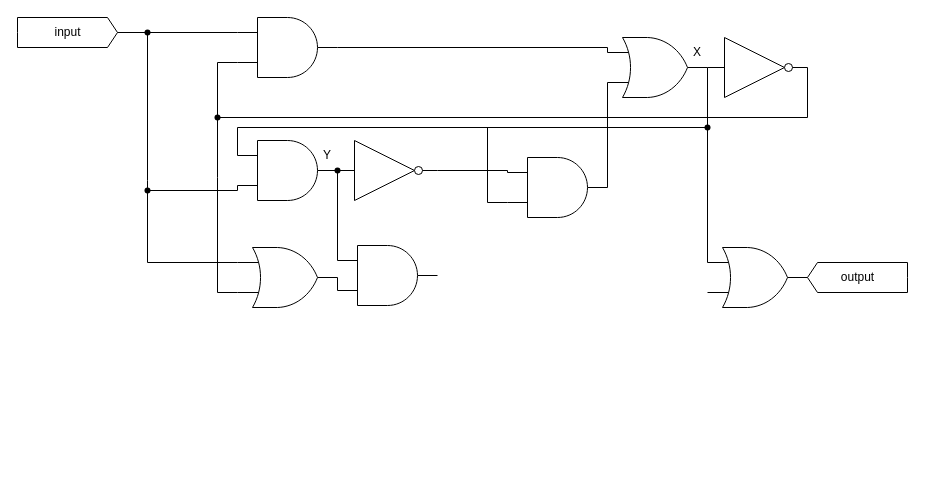
This is 名称未設定ファイル.drawio from 21km43/drawio, a draw.io file, before an edit. Source tidied: cells renumbered, new cells numbered last; positions are measured from the earlier drawing's top-left corner, leaving out a move shared by most shapes. Both pictures are drawn from the tidied source at 100%, with x=0, y=0 at pixel (17, 17).
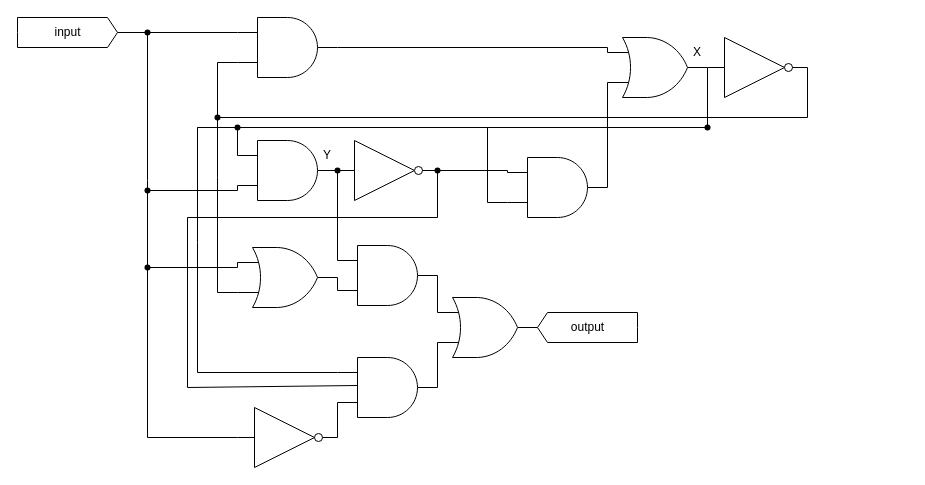
The same page after the edit.

Commit message (it also covers changes not shown here):
名称未設定ファイル.drawio を更新します

Unchanged cells that the change refers to:
```xml
<mxCell id="25" style="verticalLabelPosition=bottom;shadow=0;dashed=0;align=center;html=1;verticalAlign=top;shape=mxgraph.electrical.logic_gates.logic_gate;operation=or;" parent="1" vertex="1">
  <mxGeometry x="220" y="230" width="100" height="60" as="geometry" />
</mxCell>
<mxCell id="29" style="shape=waypoint;sketch=0;fillStyle=solid;size=6;points=[];fillColor=none;perimeter=centerPerimeter;snapToPoint=1;" parent="1" vertex="1">
  <mxGeometry x="120" y="163" width="20" height="20" as="geometry" />
</mxCell>
<mxCell id="33" style="verticalLabelPosition=bottom;shadow=0;dashed=0;align=center;html=1;verticalAlign=top;shape=mxgraph.electrical.logic_gates.logic_gate;operation=and;direction=east;" parent="1" vertex="1">
  <mxGeometry x="320" y="228" width="100" height="60" as="geometry" />
</mxCell>
```

What changed in the source:
```diff
@@
     <mxCell id="4" value="output" style="html=1;shadow=0;dashed=0;align=center;verticalAlign=middle;shape=mxgraph.arrows2.arrow;dy=0;dx=10;notch=0;direction=west;" parent="1" vertex="1">
-      <mxGeometry x="790" y="245" width="100" height="30" as="geometry" />
+      <mxGeometry x="520" y="295" width="100" height="30" as="geometry" />
     </mxCell>
@@
-    <mxCell id="27" style="endArrow=none;html=1;rounded=0;exitX=0;exitY=0.25;exitDx=0;exitDy=0;exitPerimeter=0;" parent="1" edge="1" source="25" target="29">
-      <mxGeometry relative="1" as="geometry">
-        <Array as="points">
-          <mxPoint x="130" y="245" />
-        </Array>
-      </mxGeometry>
+    <mxCell id="27" style="endArrow=none;html=1;rounded=0;exitDx=0;exitDy=0;exitPerimeter=0;" parent="1" edge="1" source="48" target="29">
+      <mxGeometry relative="1" as="geometry" />
     </mxCell>
@@
-    <mxCell id="36" style="verticalLabelPosition=bottom;shadow=0;dashed=0;align=center;html=1;verticalAlign=top;shape=mxgraph.electrical.logic_gates.logic_gate;operation=or;" parent="1" vertex="1">
-      <mxGeometry x="690" y="230" width="100" height="60" as="geometry" />
-    </mxCell>
-    <mxCell id="37" style="endArrow=none;html=1;rounded=0;exitX=1;exitY=0.5;exitDx=0;exitDy=0;exitPerimeter=0;entryX=0;entryY=0.25;entryDx=0;entryDy=0;entryPerimeter=0;" parent="1" edge="1" target="36">
-      <mxGeometry relative="1" as="geometry">
-        <mxPoint x="690" y="110" as="sourcePoint" />
-      </mxGeometry>
-    </mxCell>
@@
+    <mxCell id="42" style="verticalLabelPosition=bottom;shadow=0;dashed=0;align=center;html=1;verticalAlign=top;shape=mxgraph.electrical.logic_gates.logic_gate;operation=or;" parent="1" vertex="1">
+      <mxGeometry x="420" y="280" width="100" height="60" as="geometry" />
+    </mxCell>
+    <mxCell id="43" style="verticalLabelPosition=bottom;shadow=0;dashed=0;align=center;html=1;verticalAlign=top;shape=mxgraph.electrical.logic_gates.logic_gate;operation=and;direction=east;" parent="1" vertex="1">
+      <mxGeometry x="320" y="340" width="100" height="60" as="geometry" />
+    </mxCell>
+    <mxCell id="44" style="verticalLabelPosition=bottom;shadow=0;dashed=0;align=center;html=1;verticalAlign=top;shape=mxgraph.electrical.logic_gates.inverter_2;" parent="1" vertex="1">
+      <mxGeometry x="220" y="390" width="100" height="60" as="geometry" />
+    </mxCell>
+    <mxCell id="45" style="endArrow=none;html=1;rounded=0;exitDx=0;exitDy=0;exitPerimeter=0;" parent="1" edge="1" source="48">
+      <mxGeometry relative="1" as="geometry">
+        <mxPoint x="130" y="240" as="targetPoint" />
+      </mxGeometry>
+    </mxCell>
+    <mxCell id="46" style="endArrow=none;html=1;rounded=0;exitX=0;exitY=0.5;exitDx=0;exitDy=0;exitPerimeter=0;" parent="1" edge="1" source="44" target="48">
+      <mxGeometry relative="1" as="geometry">
+        <Array as="points">
+          <mxPoint x="130" y="420" />
+        </Array>
+      </mxGeometry>
+    </mxCell>
+    <mxCell id="47" style="endArrow=none;html=1;rounded=0;exitX=0;exitY=0.25;exitDx=0;exitDy=0;exitPerimeter=0;" parent="1" edge="1" source="25" target="48">
+      <mxGeometry relative="1" as="geometry">
+        <Array as="points">
+          <mxPoint x="220" y="250" />
+        </Array>
+      </mxGeometry>
+    </mxCell>
+    <mxCell id="48" style="shape=waypoint;sketch=0;fillStyle=solid;size=6;points=[];fillColor=none;perimeter=centerPerimeter;snapToPoint=1;" parent="1" vertex="1">
+      <mxGeometry x="120" y="240" width="20" height="20" as="geometry" />
+    </mxCell>
+    <mxCell id="49" style="endArrow=none;html=1;rounded=0;entryX=1;entryY=0.5;entryDx=0;entryDy=0;entryPerimeter=0;exitX=0;exitY=0.75;exitDx=0;exitDy=0;exitPerimeter=0;" parent="1" edge="1" source="43" target="44">
+      <mxGeometry relative="1" as="geometry" />
+    </mxCell>
+    <mxCell id="50" style="endArrow=none;html=1;rounded=0;exitDx=0;exitDy=0;exitPerimeter=0;" parent="1" edge="1" source="57">
+      <mxGeometry relative="1" as="geometry">
+        <mxPoint x="220" y="110" as="targetPoint" />
+        <Array as="points">
+          <mxPoint x="180" y="110" />
+        </Array>
+      </mxGeometry>
+    </mxCell>
+    <mxCell id="51" style="endArrow=none;html=1;rounded=0;exitDx=0;exitDy=0;exitPerimeter=0;" parent="1" edge="1" source="53">
+      <mxGeometry relative="1" as="geometry">
+        <mxPoint x="170" y="200" as="targetPoint" />
+        <Array as="points">
+          <mxPoint x="420" y="200" />
+        </Array>
+      </mxGeometry>
+    </mxCell>
+    <mxCell id="52" style="endArrow=none;html=1;rounded=0;exitX=0;exitY=0.25;exitDx=0;exitDy=0;exitPerimeter=0;" parent="1" edge="1">
+      <mxGeometry relative="1" as="geometry">
+        <mxPoint x="340" y="368" as="sourcePoint" />
+        <mxPoint x="170" y="200" as="targetPoint" />
+        <Array as="points">
+          <mxPoint x="170" y="370" />
+        </Array>
+      </mxGeometry>
+    </mxCell>
+    <mxCell id="53" style="shape=waypoint;sketch=0;fillStyle=solid;size=6;points=[];fillColor=none;perimeter=centerPerimeter;snapToPoint=1;" parent="1" vertex="1">
+      <mxGeometry x="410" y="143" width="20" height="20" as="geometry" />
+    </mxCell>
+    <mxCell id="54" style="endArrow=none;html=1;rounded=0;exitDx=0;exitDy=0;exitPerimeter=0;entryX=0;entryY=0.25;entryDx=0;entryDy=0;entryPerimeter=0;exitX=1;exitY=0.5;" parent="1" edge="1" source="33" target="42">
+      <mxGeometry relative="1" as="geometry" />
+    </mxCell>
+    <mxCell id="55" style="endArrow=none;html=1;rounded=0;exitDx=0;exitDy=0;exitPerimeter=0;entryX=1;entryY=0.5;entryDx=0;entryDy=0;entryPerimeter=0;exitX=0;exitY=0.75;" parent="1" edge="1" source="42" target="43">
+      <mxGeometry relative="1" as="geometry" />
+    </mxCell>
+    <mxCell id="56" style="endArrow=none;html=1;rounded=0;exitX=0;exitY=0.25;exitDx=0;exitDy=0;exitPerimeter=0;" parent="1" edge="1" source="43">
+      <mxGeometry relative="1" as="geometry">
+        <mxPoint x="180" y="110" as="targetPoint" />
+        <Array as="points">
+          <mxPoint x="180" y="355" />
+          <mxPoint x="180" y="225" />
+        </Array>
+      </mxGeometry>
+    </mxCell>
+    <mxCell id="57" style="shape=waypoint;sketch=0;fillStyle=solid;size=6;points=[];fillColor=none;perimeter=centerPerimeter;snapToPoint=1;" parent="1" vertex="1">
+      <mxGeometry x="210" y="100" width="20" height="20" as="geometry" />
+    </mxCell>
```
